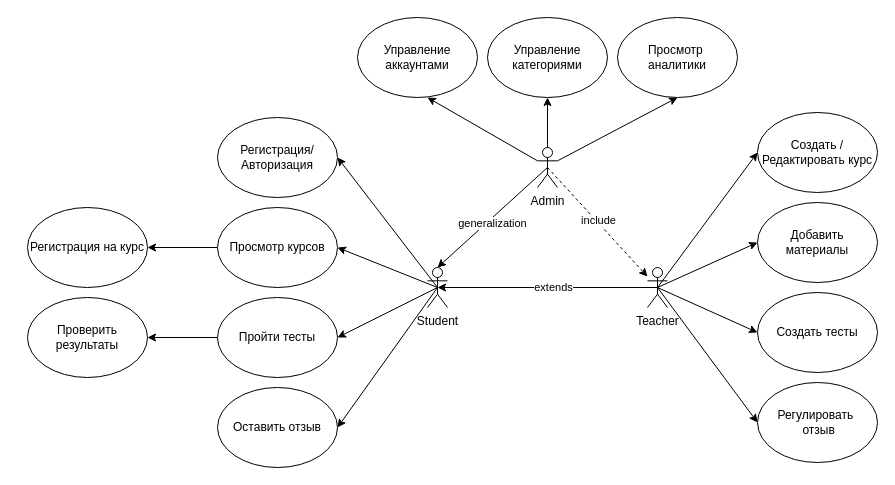
The draw.io diagram module12/lab11/usecase11.drawio in UaAdil/CreJavate, before the edit. Source tidied: cells renumbered, new cells numbered last; positions are measured from the earlier drawing's top-left corner, leaving out a move shared by most shapes. Both pictures are drawn from the tidied source at 100%, with x=0, y=0 at pixel (27, 17).
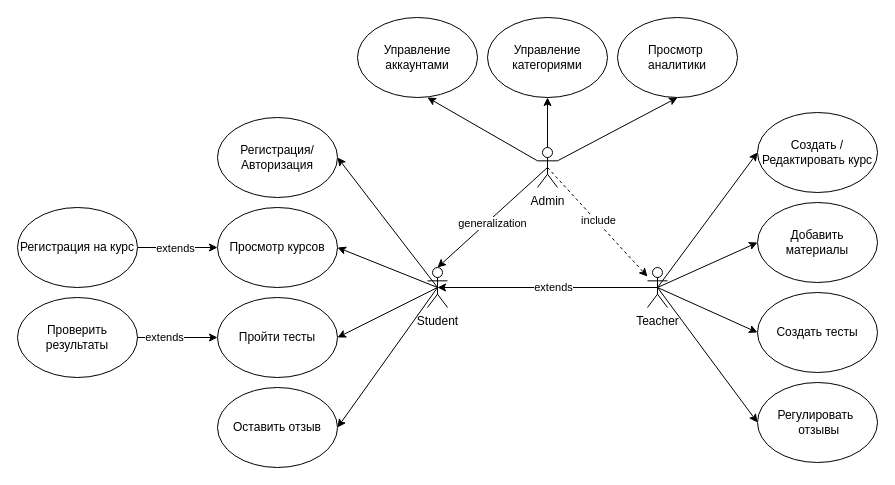
The same diagram, later.

The change refers to these unchanged cells:
```xml
<mxCell id="19" value="Просмотр курсов" style="ellipse;whiteSpace=wrap;html=1;" parent="1" vertex="1">
  <mxGeometry x="190" y="190" width="120" height="80" as="geometry" />
</mxCell>
<mxCell id="21" value="Пройти тесты" style="ellipse;whiteSpace=wrap;html=1;" parent="1" vertex="1">
  <mxGeometry x="190" y="280" width="120" height="80" as="geometry" />
</mxCell>
```

The edit, as a diff of the source:
```diff
@@
-    <mxCell id="18" style="edgeStyle=orthogonalEdgeStyle;rounded=0;jettySize=auto;html=1;exitX=0;exitY=0.5;exitDx=0;exitDy=0;entryX=1;entryY=0.5;entryDx=0;entryDy=0;" parent="1" edge="1" source="19" target="30">
-      <mxGeometry relative="1" as="geometry" />
-    </mxCell>
@@
-    <mxCell id="20" style="edgeStyle=orthogonalEdgeStyle;rounded=0;jettySize=auto;html=1;exitX=0;exitY=0.5;exitDx=0;exitDy=0;entryX=1;entryY=0.5;entryDx=0;entryDy=0;" parent="1" edge="1" source="21" target="31">
-      <mxGeometry relative="1" as="geometry" />
-    </mxCell>
@@
-    <mxCell id="29" value="Регулировать&amp;nbsp; &amp;nbsp;отзыв" style="ellipse;whiteSpace=wrap;html=1;" parent="1" vertex="1">
+    <mxCell id="29" value="Регулировать&amp;nbsp; &amp;nbsp;отзывы" style="ellipse;whiteSpace=wrap;html=1;" parent="1" vertex="1">
       <mxGeometry x="730" y="365" width="120" height="80" as="geometry" />
     </mxCell>
+    <mxCell id="37" style="edgeStyle=orthogonalEdgeStyle;rounded=0;jettySize=auto;html=1;exitX=1;exitY=0.5;exitDx=0;exitDy=0;entryX=0;entryY=0.5;entryDx=0;entryDy=0;" parent="1" edge="1" source="30" target="19">
+      <mxGeometry relative="1" as="geometry" />
+    </mxCell>
+    <mxCell id="38" value="extends" style="edgeLabel;html=1;align=center;verticalAlign=middle;" parent="37" vertex="1">
+      <mxGeometry x="-0.07" relative="1" as="geometry" />
+    </mxCell>
     <mxCell id="30" value="Регистрация на курс" style="ellipse;whiteSpace=wrap;html=1;" parent="1" vertex="1">
-      <mxGeometry y="190" width="120" height="80" as="geometry" />
+      <mxGeometry x="-10" y="190" width="120" height="80" as="geometry" />
     </mxCell>
+    <mxCell id="39" style="edgeStyle=orthogonalEdgeStyle;rounded=0;jettySize=auto;html=1;exitX=1;exitY=0.5;exitDx=0;exitDy=0;entryX=0;entryY=0.5;entryDx=0;entryDy=0;" parent="1" edge="1" source="31" target="21">
+      <mxGeometry relative="1" as="geometry" />
+    </mxCell>
+    <mxCell id="40" value="extends" style="edgeLabel;html=1;align=center;verticalAlign=middle;" parent="39" vertex="1">
+      <mxGeometry x="-0.34" y="1" relative="1" as="geometry" />
+    </mxCell>
     <mxCell id="31" value="Проверить результаты" style="ellipse;whiteSpace=wrap;html=1;" parent="1" vertex="1">
-      <mxGeometry y="280" width="120" height="80" as="geometry" />
+      <mxGeometry x="-10" y="280" width="120" height="80" as="geometry" />
     </mxCell>
```
